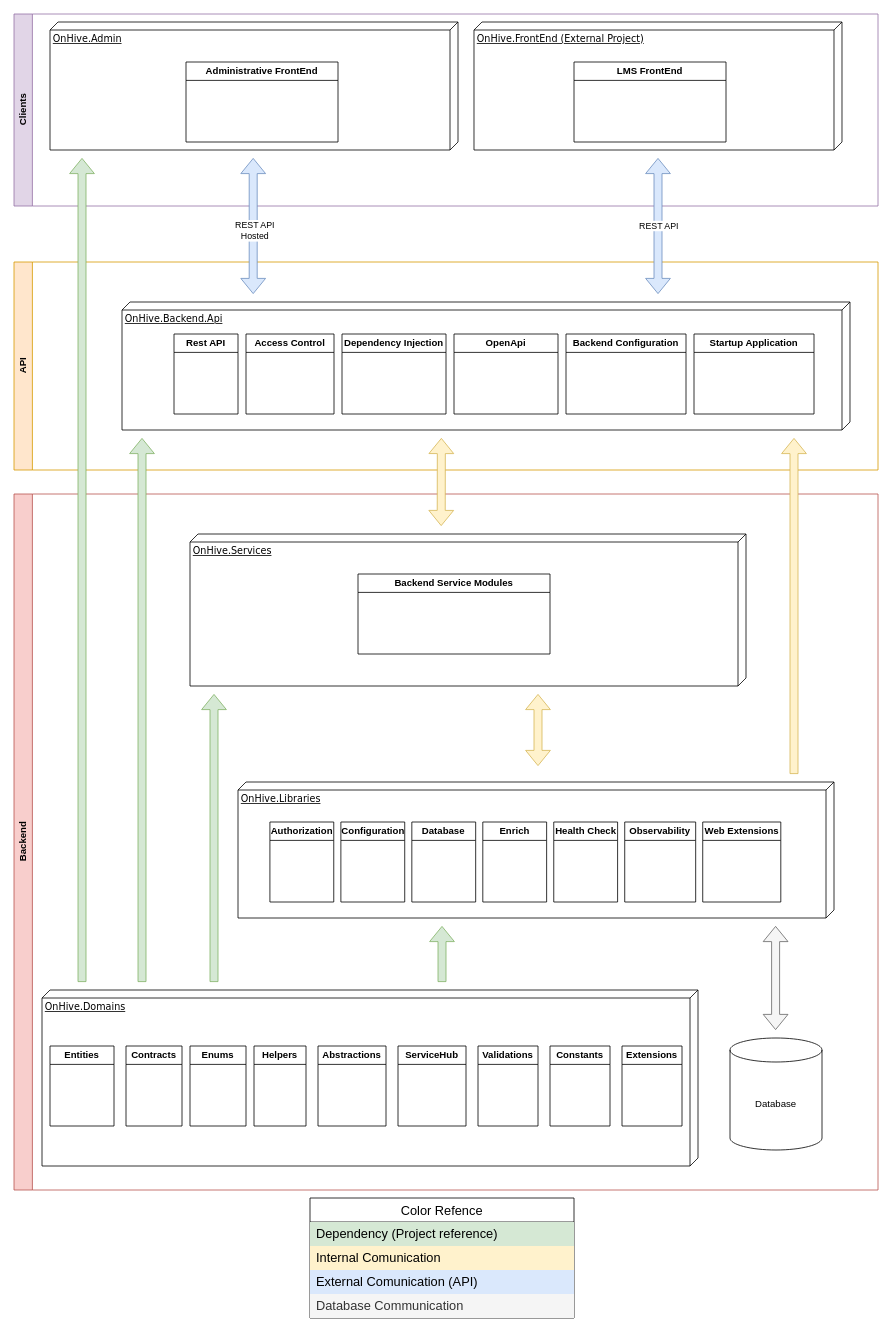
Above: docs/OnHiveMacroArchitecture.drawio in FJPN-OnHive/OnHive-Backend (draw.io), before the change. Source tidied: cells renumbered, new cells numbered last; positions are measured from the earlier drawing's top-left corner, leaving out a move shared by most shapes. Both pictures are drawn from the tidied source at 80%, with x=0, y=0 at pixel (14, 14).
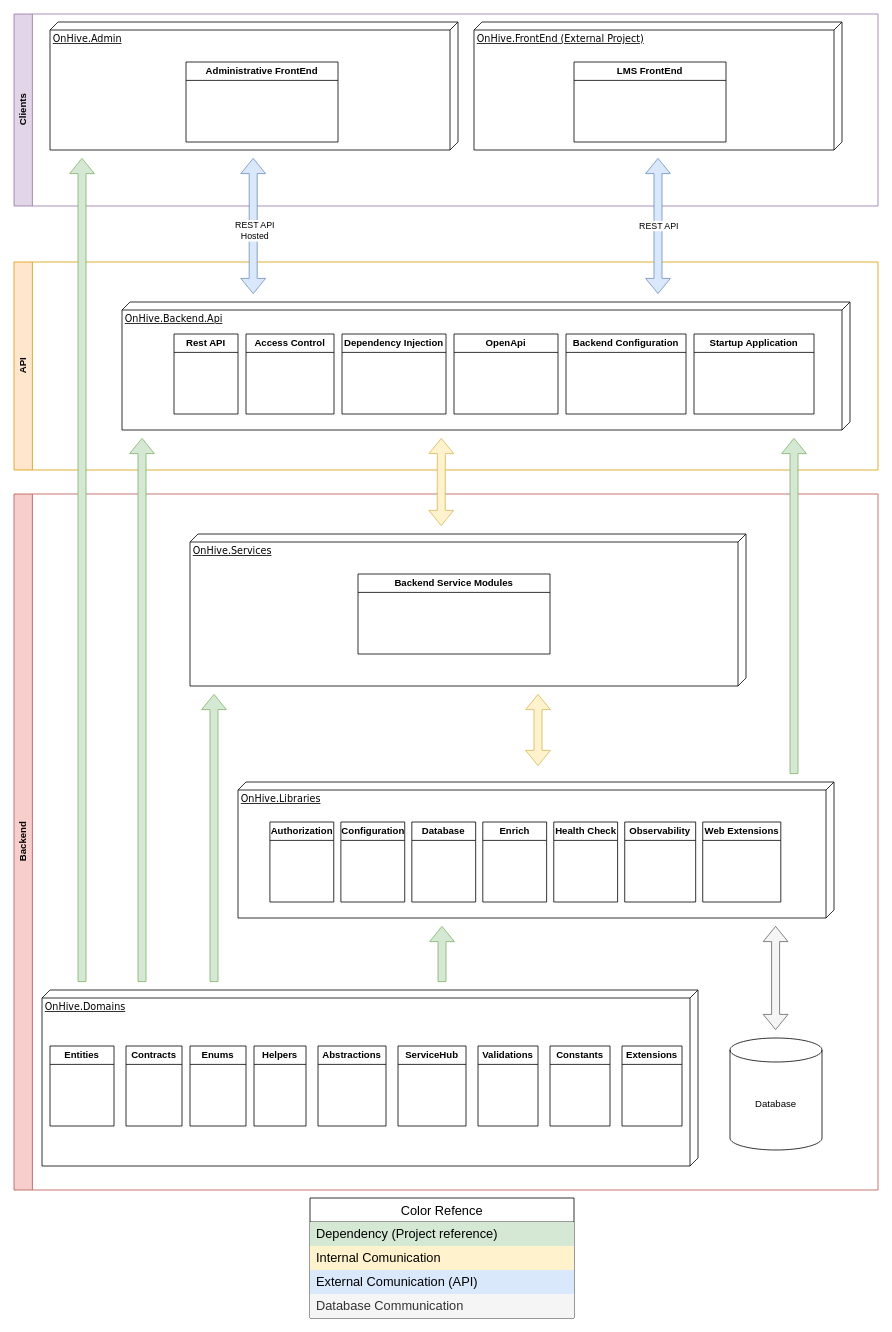
Above is the later version.

Commit message (it also covers changes not shown here):
Adjust on diagram

What changed in the source:
```diff
@@
-    <mxCell id="10" style="shape=flexArrow;endArrow=classic;html=1;rounded=0;fillColor=#fff2cc;strokeColor=#d6b656;" parent="1" edge="1">
+    <mxCell id="10" style="shape=flexArrow;endArrow=classic;html=1;rounded=0;fillColor=#d5e8d4;strokeColor=#82b366;" parent="1" edge="1">
       <mxGeometry relative="1" as="geometry">
         <mxPoint x="975" y="950" as="sourcePoint" />
         <mxPoint x="975" y="530" as="targetPoint" />
       </mxGeometry>
     </mxCell>
```
